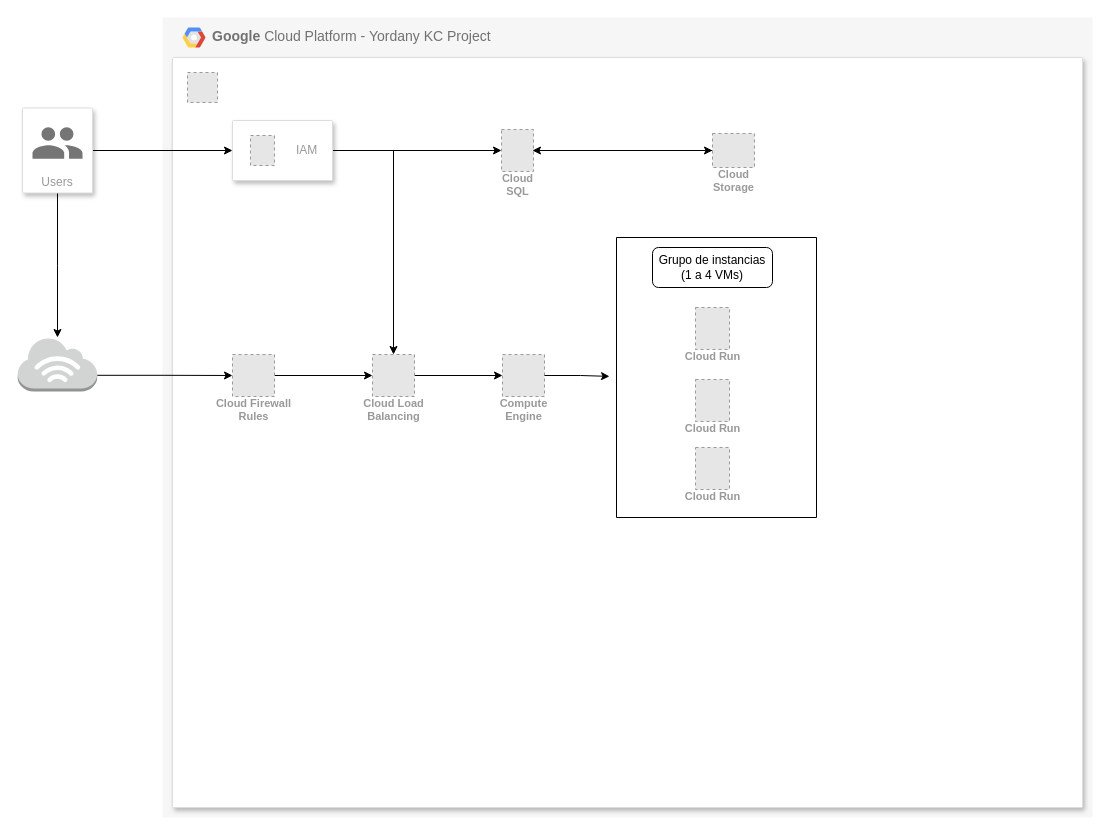
The draw.io diagram page "Página-1" (1 of 5) of Practica GCP KC Yordany.drawio in KeepCodingCloudDevops13/gcp, before the edit. Source tidied: cells renumbered, new cells numbered last; positions are measured from the earlier drawing's top-left corner, leaving out a move shared by most shapes. Both pictures are drawn from the tidied source at 100%, with x=0, y=0 at pixel (17, 17). Pictures stored in the file or linked from it are replaced by grey dashed boxes.
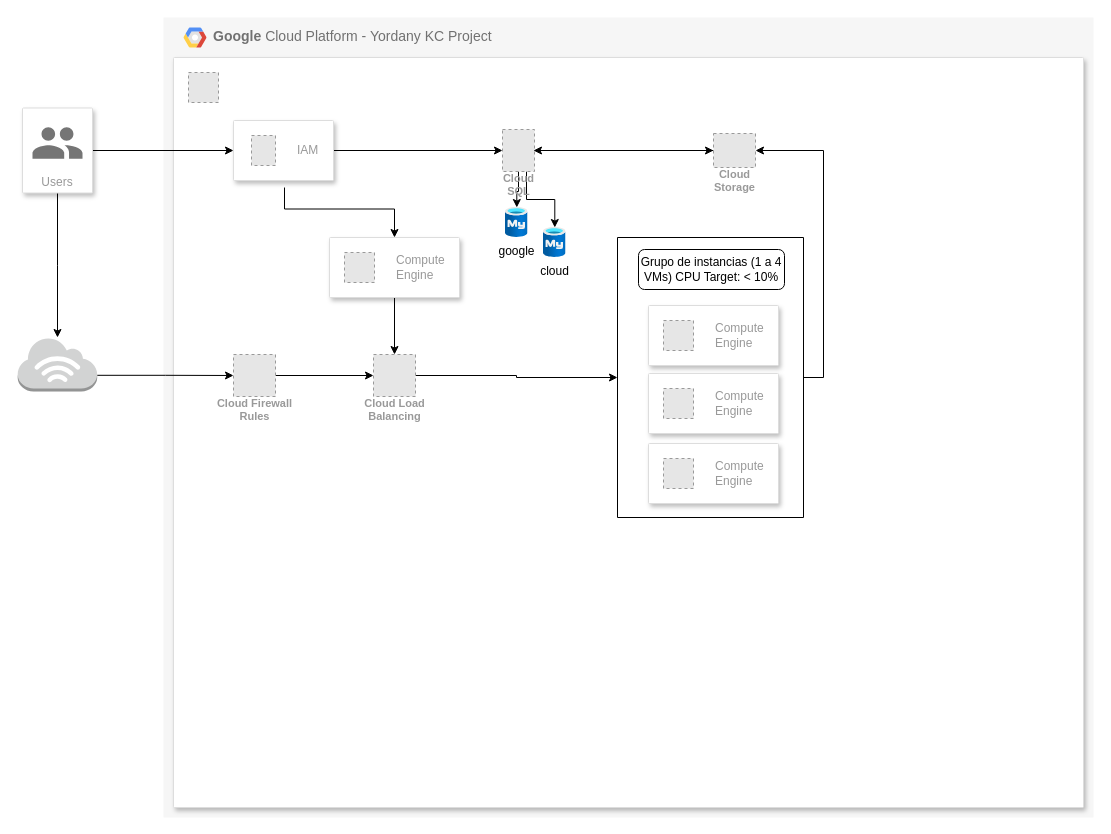
The same diagram, later.

Commit message:
Actualización del diagrama

Unchanged cells that the change refers to:
```xml
<mxCell id="4" style="fillColor=#ffffff;strokeColor=#dddddd;shadow=1;strokeWidth=1;rounded=1;absoluteArcSize=1;arcSize=2;" parent="2" vertex="1">
  <mxGeometry x="10" y="40" width="910" height="750" as="geometry" />
</mxCell>
<mxCell id="8" style="fillColor=#ffffff;strokeColor=#dddddd;shadow=1;strokeWidth=1;rounded=1;absoluteArcSize=1;arcSize=2;" parent="4" vertex="1">
  <mxGeometry x="60" y="63" width="100" height="60" as="geometry" />
</mxCell>
<mxCell id="11" value="Cloud&#10;SQL" style="fillColor=#E6E6E6;strokeColor=#999999;dashed=1;html=1;verticalAlign=top;labelPosition=center;verticalLabelPosition=bottom;align=center;spacingTop=-6;fontSize=11;fontStyle=1;fontColor=#999999;" parent="4" vertex="1">
  <mxGeometry x="329" y="72" width="32" height="42" as="geometry" />
</mxCell>
<mxCell id="13" value="Cloud&#10;Storage" style="fillColor=#E6E6E6;strokeColor=#999999;dashed=1;html=1;verticalAlign=top;labelPosition=center;verticalLabelPosition=bottom;align=center;spacingTop=-6;fontSize=11;fontStyle=1;fontColor=#999999;" parent="4" vertex="1">
  <mxGeometry x="540" y="76" width="42" height="34" as="geometry" />
</mxCell>
<mxCell id="18" value="Cloud Load&#10;Balancing" style="fillColor=#E6E6E6;strokeColor=#999999;dashed=1;html=1;verticalAlign=top;labelPosition=center;verticalLabelPosition=bottom;align=center;spacingTop=-6;fontSize=11;fontStyle=1;fontColor=#999999;" parent="4" vertex="1">
  <mxGeometry x="200" y="297" width="42" height="42" as="geometry" />
</mxCell>
```

Change to the diagram source:
```diff
@@
     <mxCell id="2" value="&lt;b&gt;Google &lt;/b&gt;Cloud Platform - Yordany KC Project" style="fillColor=#F6F6F6;strokeColor=none;shadow=0;gradientColor=none;fontSize=14;align=left;spacing=10;fontColor=#717171;9E9E9E;verticalAlign=top;spacingTop=-4;fontStyle=0;spacingLeft=40;html=1;whiteSpace=wrap;" parent="1" vertex="1">
-      <mxGeometry x="145" width="930" height="800" as="geometry" />
+      <mxGeometry x="146" width="930" height="800" as="geometry" />
     </mxCell>
@@
-    <mxCell id="7" style="edgeStyle=orthogonalEdgeStyle;rounded=0;jettySize=auto;html=1;" parent="4" edge="1" source="8" target="18">
-      <mxGeometry relative="1" as="geometry" />
-    </mxCell>
@@
+    <mxCell id="31" style="edgeStyle=orthogonalEdgeStyle;rounded=0;jettySize=auto;html=1;" parent="4" edge="1" source="11" target="40">
+      <mxGeometry relative="1" as="geometry" />
+    </mxCell>
+    <mxCell id="32" style="edgeStyle=orthogonalEdgeStyle;rounded=0;jettySize=auto;html=1;exitX=0.75;exitY=1;exitDx=0;exitDy=0;" parent="4" edge="1" source="11" target="41">
+      <mxGeometry relative="1" as="geometry" />
+    </mxCell>
@@
-    <mxCell id="14" value="Compute&#10;Engine" style="fillColor=#E6E6E6;strokeColor=#999999;dashed=1;html=1;verticalAlign=top;labelPosition=center;verticalLabelPosition=bottom;align=center;spacingTop=-6;fontSize=11;fontStyle=1;fontColor=#999999;" parent="4" vertex="1">
-      <mxGeometry x="330" y="297" width="42" height="42" as="geometry" />
-    </mxCell>
@@
-    <mxCell id="17" style="edgeStyle=orthogonalEdgeStyle;rounded=0;jettySize=auto;html=1;entryX=0;entryY=0.5;entryDx=0;entryDy=0;" parent="4" edge="1" source="18" target="14">
+    <mxCell id="17" style="edgeStyle=orthogonalEdgeStyle;rounded=0;jettySize=auto;html=1;entryX=0;entryY=0.5;entryDx=0;entryDy=0;" parent="4" edge="1" source="18" target="19">
       <mxGeometry relative="1" as="geometry" />
     </mxCell>
@@
+    <mxCell id="33" style="edgeStyle=orthogonalEdgeStyle;rounded=0;jettySize=auto;html=1;entryX=1;entryY=0.5;entryDx=0;entryDy=0;exitX=1;exitY=0.5;exitDx=0;exitDy=0;" parent="4" edge="1" source="19" target="13">
+      <mxGeometry relative="1" as="geometry" />
+    </mxCell>
     <mxCell id="19" style="swimlane;startSize=0;" parent="4" vertex="1">
-      <mxGeometry x="444" y="180" width="200" height="280" as="geometry" />
+      <mxGeometry x="444" y="180" width="186" height="280" as="geometry" />
     </mxCell>
-    <mxCell id="20" value="Cloud Run" style="fillColor=#E6E6E6;strokeColor=#999999;dashed=1;html=1;verticalAlign=top;labelPosition=center;verticalLabelPosition=bottom;align=center;spacingTop=-6;fontSize=11;fontStyle=1;fontColor=#999999;" parent="19" vertex="1">
-      <mxGeometry x="79" y="70" width="34" height="42" as="geometry" />
-    </mxCell>
-    <mxCell id="21" value="Cloud Run" style="fillColor=#E6E6E6;strokeColor=#999999;dashed=1;html=1;verticalAlign=top;labelPosition=center;verticalLabelPosition=bottom;align=center;spacingTop=-6;fontSize=11;fontStyle=1;fontColor=#999999;" parent="19" vertex="1">
-      <mxGeometry x="79" y="210" width="34" height="42" as="geometry" />
-    </mxCell>
-    <mxCell id="22" value="Cloud Run" style="fillColor=#E6E6E6;strokeColor=#999999;dashed=1;html=1;verticalAlign=top;labelPosition=center;verticalLabelPosition=bottom;align=center;spacingTop=-6;fontSize=11;fontStyle=1;fontColor=#999999;" parent="19" vertex="1">
-      <mxGeometry x="79" y="142" width="34" height="42" as="geometry" />
-    </mxCell>
-    <mxCell id="23" value="Grupo de instancias (1 a 4 VMs)" style="rounded=1;whiteSpace=wrap;html=1;" parent="19" vertex="1">
-      <mxGeometry x="36" y="10" width="120" height="40" as="geometry" />
+    <mxCell id="23" value="Grupo de instancias (1 a 4 VMs)&amp;nbsp;CPU Target: &amp;lt; 10%" style="rounded=1;whiteSpace=wrap;html=1;" parent="19" vertex="1">
+      <mxGeometry x="21" y="12" width="146" height="40" as="geometry" />
     </mxCell>
-    <mxCell id="24" style="edgeStyle=orthogonalEdgeStyle;rounded=0;jettySize=auto;html=1;entryX=-0.035;entryY=0.496;entryDx=0;entryDy=0;entryPerimeter=0;" parent="4" edge="1" source="14" target="19">
-      <mxGeometry relative="1" as="geometry" />
-    </mxCell>
+    <mxCell id="34" style="fillColor=#ffffff;strokeColor=#dddddd;shadow=1;strokeWidth=1;rounded=1;absoluteArcSize=1;arcSize=2;" parent="19" vertex="1">
+      <mxGeometry x="31" y="68" width="130" height="60" as="geometry" />
+    </mxCell>
+    <mxCell id="35" value="Compute&#10;Engine" style="fillColor=#E6E6E6;strokeColor=#999999;dashed=1;html=1;fontColor=#999999;verticalLabelPosition=middle;verticalAlign=middle;labelPosition=right;align=left;spacingLeft=20;" parent="34" vertex="1">
+      <mxGeometry width="30" height="30" relative="1" as="geometry">
+        <mxPoint x="15" y="15" as="offset" />
+      </mxGeometry>
+    </mxCell>
+    <mxCell id="36" style="fillColor=#ffffff;strokeColor=#dddddd;shadow=1;strokeWidth=1;rounded=1;absoluteArcSize=1;arcSize=2;" parent="19" vertex="1">
+      <mxGeometry x="31" y="136" width="130" height="60" as="geometry" />
+    </mxCell>
+    <mxCell id="37" value="Compute&#10;Engine" style="fillColor=#E6E6E6;strokeColor=#999999;dashed=1;html=1;fontColor=#999999;verticalLabelPosition=middle;verticalAlign=middle;labelPosition=right;align=left;spacingLeft=20;" parent="36" vertex="1">
+      <mxGeometry width="30" height="30" relative="1" as="geometry">
+        <mxPoint x="15" y="15" as="offset" />
+      </mxGeometry>
+    </mxCell>
+    <mxCell id="38" style="fillColor=#ffffff;strokeColor=#dddddd;shadow=1;strokeWidth=1;rounded=1;absoluteArcSize=1;arcSize=2;" parent="19" vertex="1">
+      <mxGeometry x="31" y="206" width="130" height="60" as="geometry" />
+    </mxCell>
+    <mxCell id="39" value="Compute&#10;Engine" style="fillColor=#E6E6E6;strokeColor=#999999;dashed=1;html=1;fontColor=#999999;verticalLabelPosition=middle;verticalAlign=middle;labelPosition=right;align=left;spacingLeft=20;" parent="38" vertex="1">
+      <mxGeometry width="30" height="30" relative="1" as="geometry">
+        <mxPoint x="15" y="15" as="offset" />
+      </mxGeometry>
+    </mxCell>
+    <mxCell id="40" value="google&lt;div&gt;&lt;br&gt;&lt;/div&gt;" style="image;html=1;points=[];align=center;fontSize=12;image=img/lib/azure2/databases/Azure_Database_MySQL_Server.svg;" parent="4" vertex="1">
+      <mxGeometry x="332" y="150" width="22.5" height="30" as="geometry" />
+    </mxCell>
+    <mxCell id="41" value="&lt;div&gt;cloud&lt;/div&gt;" style="image;html=1;points=[];align=center;fontSize=12;image=img/lib/azure2/databases/Azure_Database_MySQL_Server.svg;" parent="4" vertex="1">
+      <mxGeometry x="370" y="170" width="22.5" height="30" as="geometry" />
+    </mxCell>
+    <mxCell id="42" style="edgeStyle=orthogonalEdgeStyle;rounded=0;jettySize=auto;html=1;entryX=0.5;entryY=0;entryDx=0;entryDy=0;" parent="4" edge="1" source="43" target="18">
+      <mxGeometry relative="1" as="geometry" />
+    </mxCell>
+    <mxCell id="43" style="fillColor=#ffffff;strokeColor=#dddddd;shadow=1;strokeWidth=1;rounded=1;absoluteArcSize=1;arcSize=2;" parent="4" vertex="1">
+      <mxGeometry x="156" y="180" width="130" height="60" as="geometry" />
+    </mxCell>
+    <mxCell id="44" value="Compute&#10;Engine" style="fillColor=#E6E6E6;strokeColor=#999999;dashed=1;html=1;fontColor=#999999;verticalLabelPosition=middle;verticalAlign=middle;labelPosition=right;align=left;spacingLeft=20;" parent="43" vertex="1">
+      <mxGeometry width="30" height="30" relative="1" as="geometry">
+        <mxPoint x="15" y="15" as="offset" />
+      </mxGeometry>
+    </mxCell>
+    <mxCell id="45" style="edgeStyle=orthogonalEdgeStyle;rounded=0;jettySize=auto;html=1;entryX=0.5;entryY=0;entryDx=0;entryDy=0;exitX=0.51;exitY=1.117;exitDx=0;exitDy=0;exitPerimeter=0;" parent="4" edge="1" source="8" target="43">
+      <mxGeometry relative="1" as="geometry" />
+    </mxCell>
```
